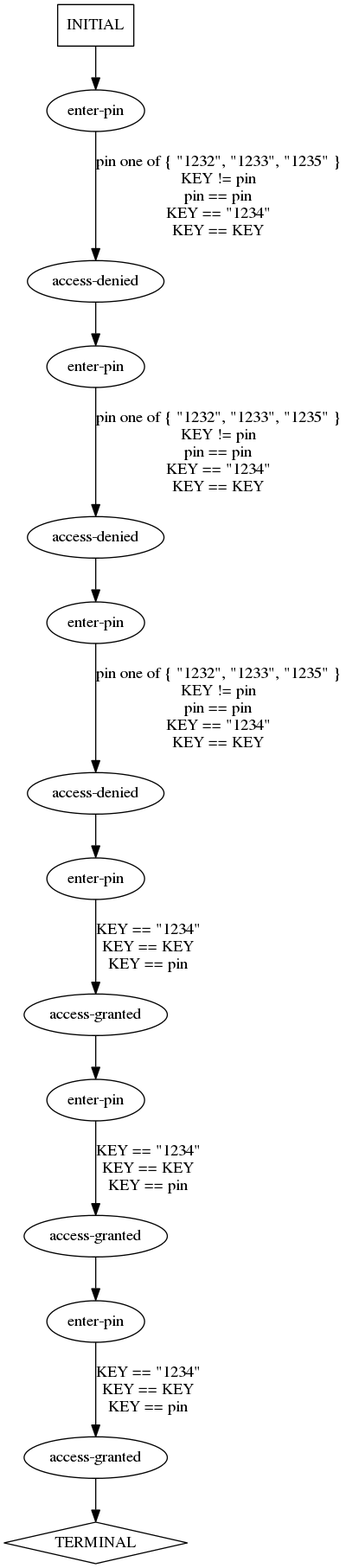
Above: traces/abstract/verify-pin/predicted-paths/verify-pin-test7.dot.png in ModelInference/synoptic (Graphviz), before the change. Its source is kept beside it as traces/abstract/verify-pin/predicted-paths/verify-pin-test7.dot.
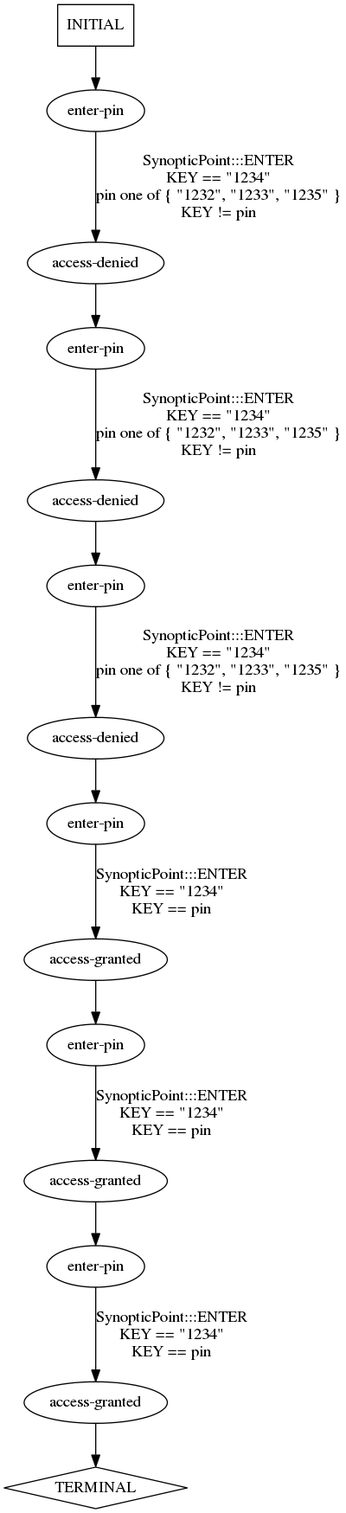
Above is the later version.

Diff of the diagram source:
```diff
@@ -19,11 +19,11 @@
 3->10 [label="",];
 4->11 [label="",];
 5->12 [label="",];
-6->0 [label="pin one of { \"1232\", \"1233\", \"1235\" }\nKEY != pin\npin == pin\nKEY == \"1234\"\nKEY == KEY",];
-7->1 [label="pin one of { \"1232\", \"1233\", \"1235\" }\nKEY != pin\npin == pin\nKEY == \"1234\"\nKEY == KEY",];
-8->2 [label="pin one of { \"1232\", \"1233\", \"1235\" }\nKEY != pin\npin == pin\nKEY == \"1234\"\nKEY == KEY",];
-9->3 [label="KEY == \"1234\"\nKEY == KEY\nKEY == pin",];
-10->4 [label="KEY == \"1234\"\nKEY == KEY\nKEY == pin",];
-11->5 [label="KEY == \"1234\"\nKEY == KEY\nKEY == pin",];
+6->0 [label="SynopticPoint:::ENTER\nKEY == \"1234\"\npin one of { \"1232\", \"1233\", \"1235\" }\nKEY != pin\n",];
+7->1 [label="SynopticPoint:::ENTER\nKEY == \"1234\"\npin one of { \"1232\", \"1233\", \"1235\" }\nKEY != pin\n",];
+8->2 [label="SynopticPoint:::ENTER\nKEY == \"1234\"\npin one of { \"1232\", \"1233\", \"1235\" }\nKEY != pin\n",];
+9->3 [label="SynopticPoint:::ENTER\nKEY == \"1234\"\nKEY == pin\n",];
+10->4 [label="SynopticPoint:::ENTER\nKEY == \"1234\"\nKEY == pin\n",];
+11->5 [label="SynopticPoint:::ENTER\nKEY == \"1234\"\nKEY == pin\n",];
 13->6 [label="",];
 } // digraph {
```
